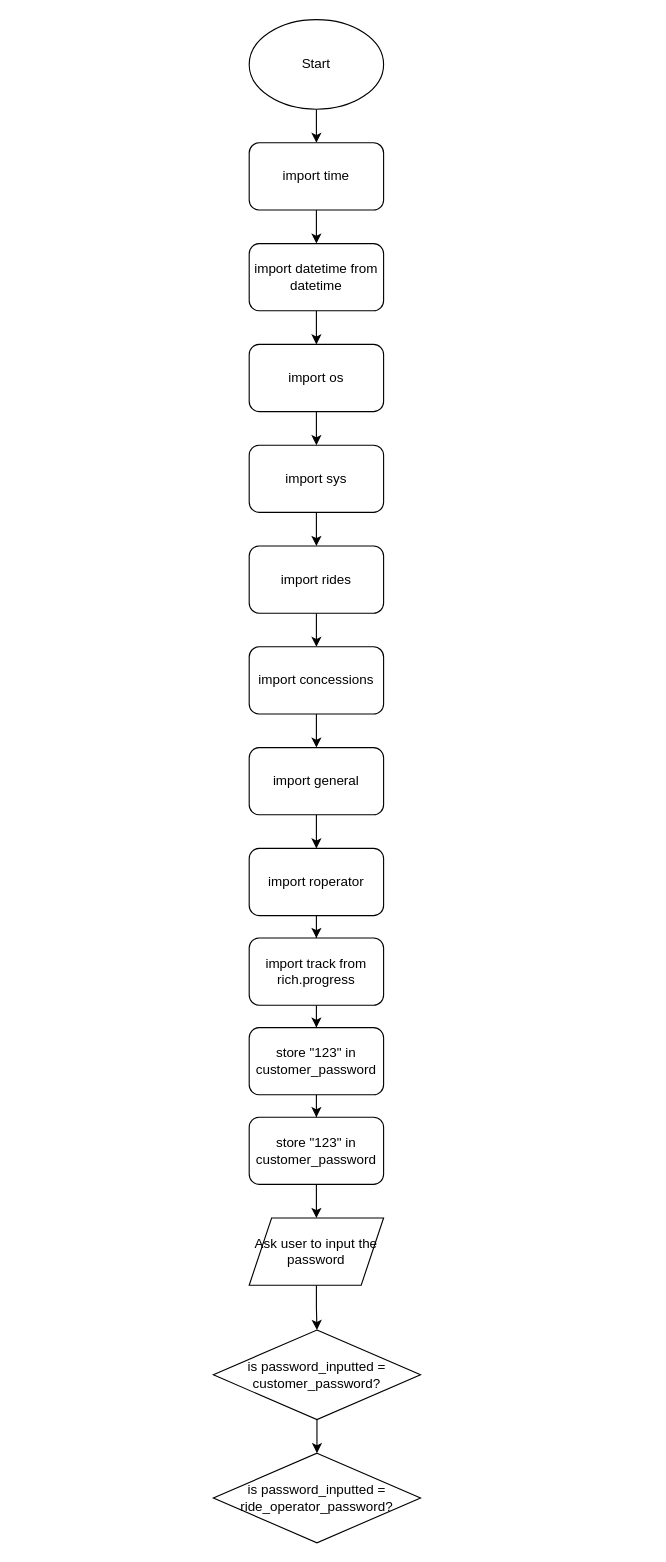
Earlier version of the draw.io diagram Error Journaling/main.drawio (asdcf35/classwork). Source tidied: cells renumbered, new cells numbered last; positions are measured from the earlier drawing's top-left corner, leaving out a move shared by most shapes. Both pictures are drawn from the tidied source at 112%, with x=0, y=0 at pixel (213, 19).
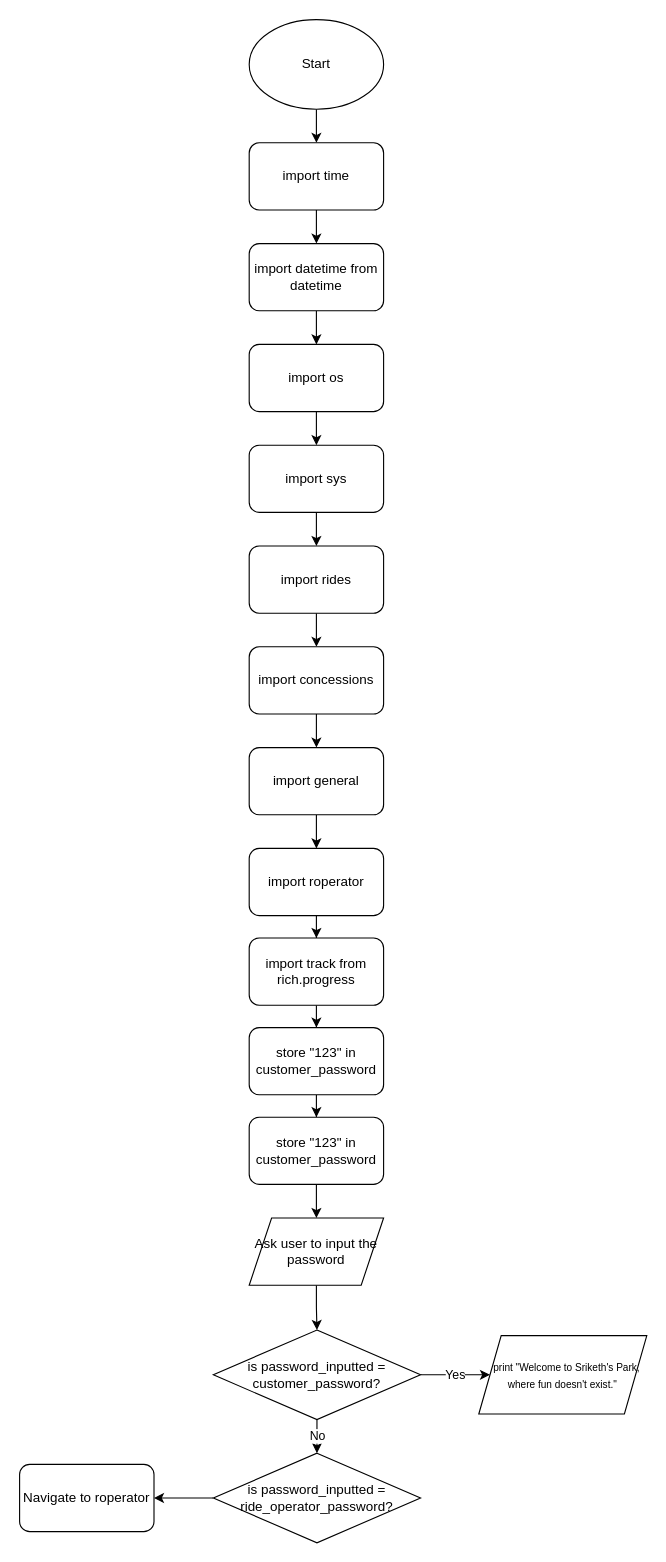
The same diagram, later.

The change refers to these unchanged cells:
```xml
<mxCell id="28" value="is password_inputted = ride_operator_password?" style="rhombus;whiteSpace=wrap;html=1;" parent="1" vertex="1">
  <mxGeometry y="1280" width="185" height="80" as="geometry" />
</mxCell>
<mxCell id="30" value="is password_inputted = customer_password?" style="rhombus;whiteSpace=wrap;html=1;" parent="1" vertex="1">
  <mxGeometry y="1170" width="185" height="80" as="geometry" />
</mxCell>
```

What changed in the source:
```diff
@@
+    <mxCell id="31" style="edgeStyle=orthogonalEdgeStyle;rounded=0;jettySize=auto;html=1;" parent="1" edge="1" source="28">
+      <mxGeometry relative="1" as="geometry">
+        <mxPoint x="-53" y="1320" as="targetPoint" />
+      </mxGeometry>
+    </mxCell>
@@
-    <mxCell id="29" style="edgeStyle=orthogonalEdgeStyle;rounded=0;jettySize=auto;html=1;" parent="1" edge="1" source="30" target="28">
+    <mxCell id="29" value="No" style="edgeStyle=orthogonalEdgeStyle;rounded=0;jettySize=auto;html=1;" parent="1" edge="1" source="30" target="28">
       <mxGeometry relative="1" as="geometry" />
     </mxCell>
+    <mxCell id="32" value="Yes" style="edgeStyle=orthogonalEdgeStyle;rounded=0;jettySize=auto;html=1;" parent="1" edge="1" source="30" target="33">
+      <mxGeometry relative="1" as="geometry" />
+    </mxCell>
@@
+    <mxCell id="33" value="&lt;font style=&quot;font-size: 9px;&quot;&gt;&amp;nbsp; &amp;nbsp;print &quot;Welcome to Sriketh's Park, where fun doesn't exist.&quot;&lt;/font&gt;" style="shape=parallelogram;perimeter=parallelogramPerimeter;whiteSpace=wrap;html=1;fixedSize=1;" parent="1" vertex="1">
+      <mxGeometry x="237" y="1175" width="150" height="70" as="geometry" />
+    </mxCell>
+    <mxCell id="34" value="Navigate to roperator" style="rounded=1;whiteSpace=wrap;html=1;" parent="1" vertex="1">
+      <mxGeometry x="-173" y="1290" width="120" height="60" as="geometry" />
+    </mxCell>
```
